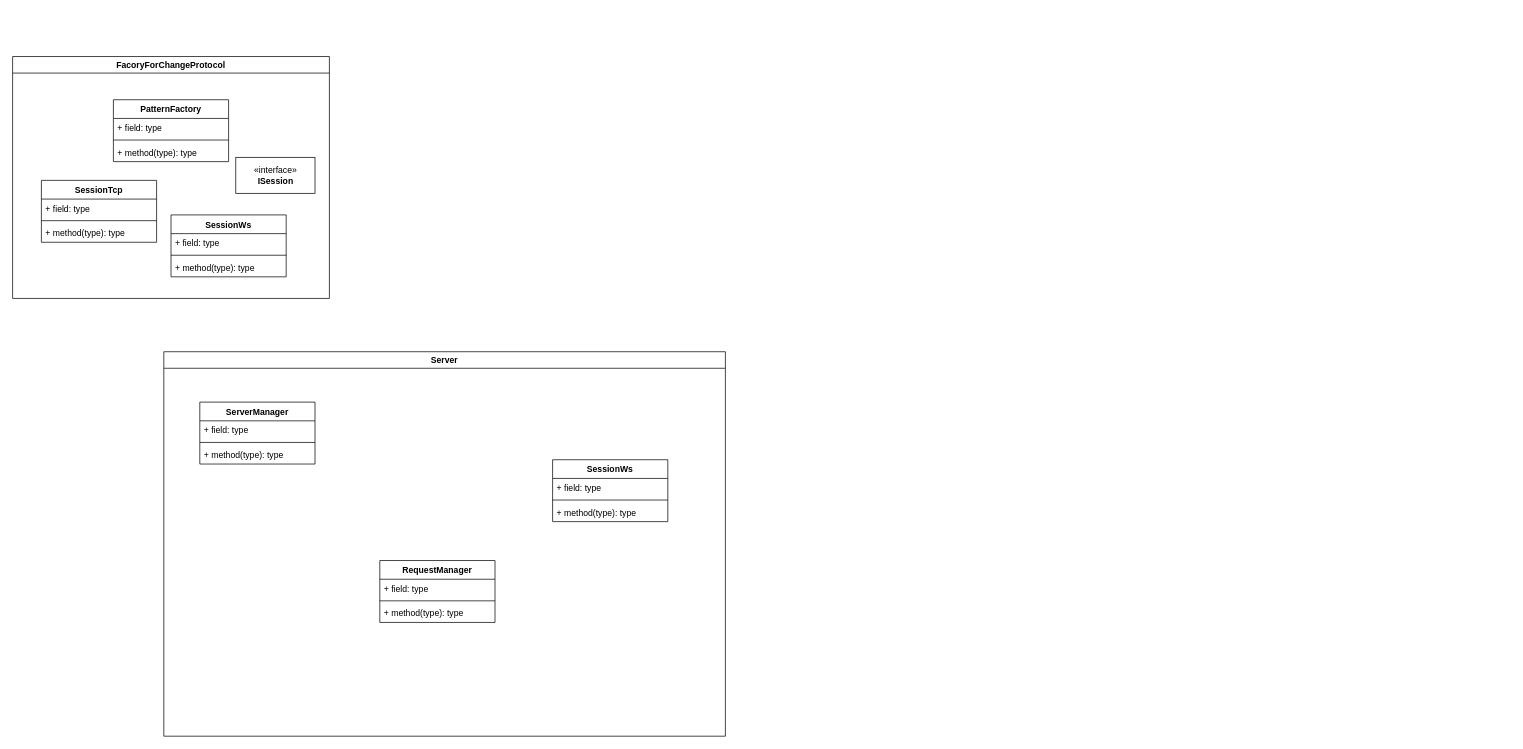
This is HelpData/DiagramOfClasses.drawio from Falet/ChatApplication, a draw.io file, before an edit. Source tidied: cells renumbered, new cells numbered last; positions are measured from the earlier drawing's top-left corner, leaving out a move shared by most shapes. Both pictures are drawn from the tidied source at 72%, with x=0, y=0 at pixel (12, 56).
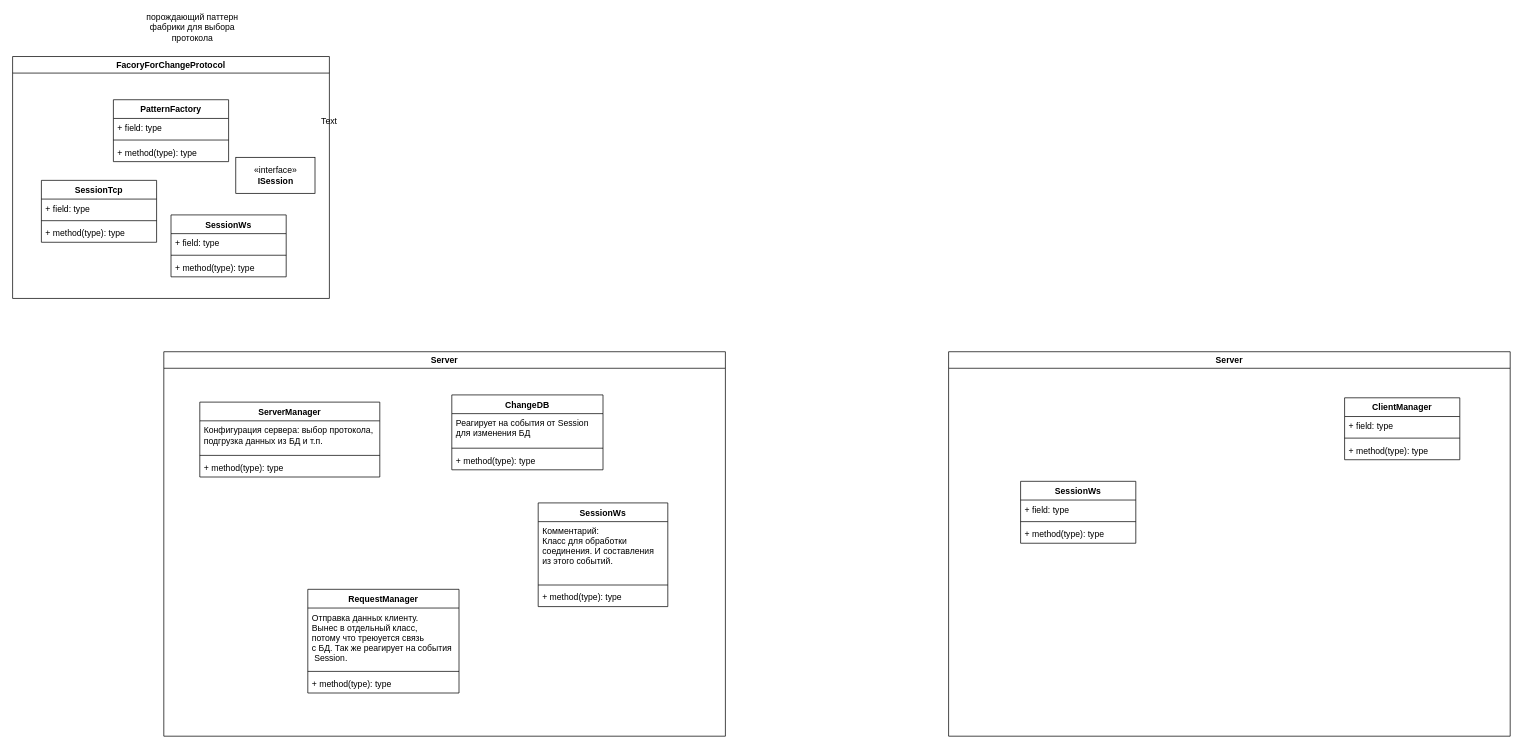
Above is the later version.

Unchanged cells that the change refers to:
```xml
<mxCell id="2" value="Server" style="swimlane;" parent="1" vertex="1">
  <mxGeometry x="210" y="410" width="780" height="534" as="geometry" />
</mxCell>
```

What changed in the source:
```diff
@@
+    <mxCell id="29" value="ChangeDB" style="swimlane;fontStyle=1;align=center;verticalAlign=top;horizontal=1;startSize=26;" parent="2" vertex="1">
+      <mxGeometry x="400" y="60" width="210" height="104" as="geometry" />
+    </mxCell>
+    <mxCell id="30" value="Реагирует на события от Session&#10;для изменения БД" style="text;strokeColor=none;fillColor=none;align=left;verticalAlign=top;spacingLeft=4;spacingRight=4;overflow=hidden;" parent="29" vertex="1">
+      <mxGeometry y="26" width="210" height="44" as="geometry" />
+    </mxCell>
+    <mxCell id="31" style="line;strokeWidth=1;fillColor=none;align=left;verticalAlign=middle;spacingTop=-1;spacingLeft=3;spacingRight=3;labelPosition=right;" parent="29" vertex="1">
+      <mxGeometry y="70" width="210" height="8" as="geometry" />
+    </mxCell>
+    <mxCell id="32" value="+ method(type): type" style="text;strokeColor=none;fillColor=none;align=left;verticalAlign=top;spacingLeft=4;spacingRight=4;overflow=hidden;" parent="29" vertex="1">
+      <mxGeometry y="78" width="210" height="26" as="geometry" />
+    </mxCell>
     <mxCell id="3" value="ServerManager" style="swimlane;fontStyle=1;align=center;verticalAlign=top;horizontal=1;startSize=26;" parent="2" vertex="1">
-      <mxGeometry x="50" y="70" width="160" height="86" as="geometry" />
+      <mxGeometry x="50" y="70" width="250" height="104" as="geometry" />
     </mxCell>
-    <mxCell id="4" value="+ field: type" style="text;strokeColor=none;fillColor=none;align=left;verticalAlign=top;spacingLeft=4;spacingRight=4;overflow=hidden;" parent="3" vertex="1">
-      <mxGeometry y="26" width="160" height="26" as="geometry" />
+    <mxCell id="4" value="Конфигурация сервера: выбор протокола,&#10;подгрузка данных из БД и т.п." style="text;strokeColor=none;fillColor=none;align=left;verticalAlign=top;spacingLeft=4;spacingRight=4;overflow=hidden;" parent="3" vertex="1">
+      <mxGeometry y="26" width="250" height="44" as="geometry" />
     </mxCell>
     <mxCell id="5" style="line;strokeWidth=1;fillColor=none;align=left;verticalAlign=middle;spacingTop=-1;spacingLeft=3;spacingRight=3;labelPosition=right;" parent="3" vertex="1">
-      <mxGeometry y="52" width="160" height="8" as="geometry" />
+      <mxGeometry y="70" width="250" height="8" as="geometry" />
     </mxCell>
     <mxCell id="6" value="+ method(type): type" style="text;strokeColor=none;fillColor=none;align=left;verticalAlign=top;spacingLeft=4;spacingRight=4;overflow=hidden;" parent="3" vertex="1">
-      <mxGeometry y="60" width="160" height="26" as="geometry" />
+      <mxGeometry y="78" width="250" height="26" as="geometry" />
     </mxCell>
     <mxCell id="7" value="SessionWs" style="swimlane;fontStyle=1;align=center;verticalAlign=top;horizontal=1;startSize=26;" parent="2" vertex="1">
-      <mxGeometry x="540" y="150" width="160" height="86" as="geometry" />
+      <mxGeometry x="520" y="210" width="180" height="144" as="geometry" />
     </mxCell>
-    <mxCell id="8" value="+ field: type" style="text;strokeColor=none;fillColor=none;align=left;verticalAlign=top;spacingLeft=4;spacingRight=4;overflow=hidden;" parent="7" vertex="1">
-      <mxGeometry y="26" width="160" height="26" as="geometry" />
+    <mxCell id="8" value="Комментарий:&#10;Класс для обработки &#10;соединения. И составления&#10;из этого событий." style="text;strokeColor=none;fillColor=none;align=left;verticalAlign=top;spacingLeft=4;spacingRight=4;overflow=hidden;" parent="7" vertex="1">
+      <mxGeometry y="26" width="180" height="84" as="geometry" />
     </mxCell>
     <mxCell id="9" style="line;strokeWidth=1;fillColor=none;align=left;verticalAlign=middle;spacingTop=-1;spacingLeft=3;spacingRight=3;labelPosition=right;" parent="7" vertex="1">
-      <mxGeometry y="52" width="160" height="8" as="geometry" />
+      <mxGeometry y="110" width="180" height="8" as="geometry" />
     </mxCell>
     <mxCell id="10" value="+ method(type): type" style="text;strokeColor=none;fillColor=none;align=left;verticalAlign=top;spacingLeft=4;spacingRight=4;overflow=hidden;" parent="7" vertex="1">
-      <mxGeometry y="60" width="160" height="26" as="geometry" />
+      <mxGeometry y="118" width="180" height="26" as="geometry" />
     </mxCell>
     <mxCell id="11" value="RequestManager" style="swimlane;fontStyle=1;align=center;verticalAlign=top;horizontal=1;startSize=26;" parent="2" vertex="1">
-      <mxGeometry x="300" y="290" width="160" height="86" as="geometry" />
+      <mxGeometry x="200" y="330" width="210" height="144" as="geometry" />
     </mxCell>
-    <mxCell id="12" value="+ field: type" style="text;strokeColor=none;fillColor=none;align=left;verticalAlign=top;spacingLeft=4;spacingRight=4;overflow=hidden;" parent="11" vertex="1">
-      <mxGeometry y="26" width="160" height="26" as="geometry" />
+    <mxCell id="12" value="Отправка данных клиенту.&#10;Вынес в отдельный класс, &#10;потому что треюуется связь &#10;с БД. Так же реагирует на события&#10; Session." style="text;strokeColor=none;fillColor=none;align=left;verticalAlign=top;spacingLeft=4;spacingRight=4;overflow=hidden;" parent="11" vertex="1">
+      <mxGeometry y="26" width="210" height="84" as="geometry" />
     </mxCell>
     <mxCell id="13" style="line;strokeWidth=1;fillColor=none;align=left;verticalAlign=middle;spacingTop=-1;spacingLeft=3;spacingRight=3;labelPosition=right;" parent="11" vertex="1">
-      <mxGeometry y="52" width="160" height="8" as="geometry" />
+      <mxGeometry y="110" width="210" height="8" as="geometry" />
     </mxCell>
     <mxCell id="14" value="+ method(type): type" style="text;strokeColor=none;fillColor=none;align=left;verticalAlign=top;spacingLeft=4;spacingRight=4;overflow=hidden;" parent="11" vertex="1">
-      <mxGeometry y="60" width="160" height="26" as="geometry" />
+      <mxGeometry y="118" width="210" height="26" as="geometry" />
     </mxCell>
@@
+    <mxCell id="33" value="Server" style="swimlane;" parent="1" vertex="1">
+      <mxGeometry x="1300" y="410" width="780" height="534" as="geometry" />
+    </mxCell>
+    <mxCell id="34" value="ClientManager" style="swimlane;fontStyle=1;align=center;verticalAlign=top;horizontal=1;startSize=26;" parent="33" vertex="1">
+      <mxGeometry x="550" y="64" width="160" height="86" as="geometry" />
+    </mxCell>
+    <mxCell id="35" value="+ field: type" style="text;strokeColor=none;fillColor=none;align=left;verticalAlign=top;spacingLeft=4;spacingRight=4;overflow=hidden;" parent="34" vertex="1">
+      <mxGeometry y="26" width="160" height="26" as="geometry" />
+    </mxCell>
+    <mxCell id="36" style="line;strokeWidth=1;fillColor=none;align=left;verticalAlign=middle;spacingTop=-1;spacingLeft=3;spacingRight=3;labelPosition=right;" parent="34" vertex="1">
+      <mxGeometry y="52" width="160" height="8" as="geometry" />
+    </mxCell>
+    <mxCell id="37" value="+ method(type): type" style="text;strokeColor=none;fillColor=none;align=left;verticalAlign=top;spacingLeft=4;spacingRight=4;overflow=hidden;" parent="34" vertex="1">
+      <mxGeometry y="60" width="160" height="26" as="geometry" />
+    </mxCell>
+    <mxCell id="38" value="SessionWs" style="swimlane;fontStyle=1;align=center;verticalAlign=top;horizontal=1;startSize=26;" parent="33" vertex="1">
+      <mxGeometry x="100" y="180" width="160" height="86" as="geometry" />
+    </mxCell>
+    <mxCell id="39" value="+ field: type" style="text;strokeColor=none;fillColor=none;align=left;verticalAlign=top;spacingLeft=4;spacingRight=4;overflow=hidden;" parent="38" vertex="1">
+      <mxGeometry y="26" width="160" height="26" as="geometry" />
+    </mxCell>
+    <mxCell id="40" style="line;strokeWidth=1;fillColor=none;align=left;verticalAlign=middle;spacingTop=-1;spacingLeft=3;spacingRight=3;labelPosition=right;" parent="38" vertex="1">
+      <mxGeometry y="52" width="160" height="8" as="geometry" />
+    </mxCell>
+    <mxCell id="41" value="+ method(type): type" style="text;strokeColor=none;fillColor=none;align=left;verticalAlign=top;spacingLeft=4;spacingRight=4;overflow=hidden;" parent="38" vertex="1">
+      <mxGeometry y="60" width="160" height="26" as="geometry" />
+    </mxCell>
+    <mxCell id="42" value="Text" style="text;html=1;strokeColor=none;fillColor=none;align=center;verticalAlign=middle;whiteSpace=wrap;rounded=0;" parent="1" vertex="1">
+      <mxGeometry x="420" y="80" width="40" height="20" as="geometry" />
+    </mxCell>
+    <mxCell id="43" value="порождающий паттерн фабрики для выбора протокола" style="text;html=1;strokeColor=none;fillColor=none;align=center;verticalAlign=middle;whiteSpace=wrap;rounded=0;" parent="1" vertex="1">
+      <mxGeometry x="170" y="-50" width="160" height="20" as="geometry" />
+    </mxCell>
```
